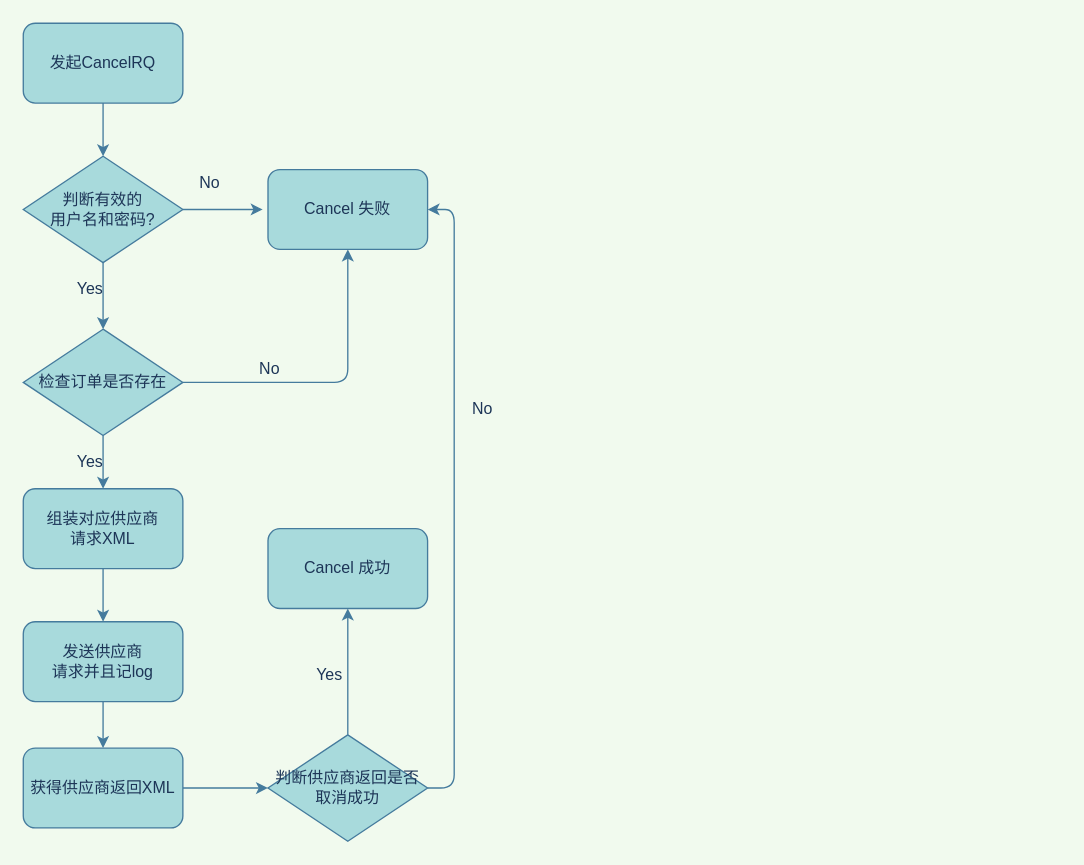
tencal/21baobao keeps this draw.io diagram as CancelRQ.drawio. Above is the earlier version. Source tidied: cells renumbered, new cells numbered last; positions are measured from the earlier drawing's top-left corner, leaving out a move shared by most shapes. Both pictures are drawn from the tidied source at 133%, with x=0, y=0 at pixel (23, 23).
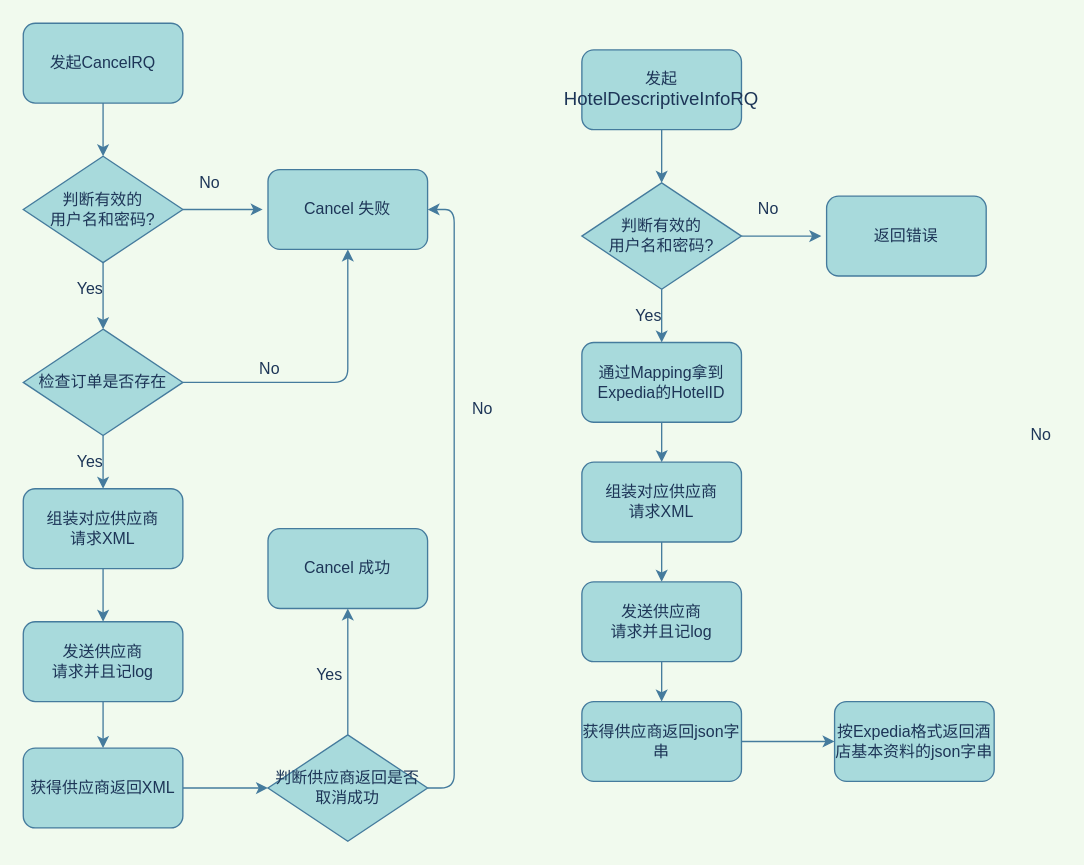
Above is the later version.

What changed in the source:
```diff
@@
+    <mxCell id="27" style="edgeStyle=orthogonalEdgeStyle;curved=0;rounded=1;sketch=0;jettySize=auto;html=1;exitX=0.5;exitY=1;exitDx=0;exitDy=0;entryX=0.5;entryY=0;entryDx=0;entryDy=0;strokeColor=#457B9D;fillColor=#A8DADC;fontColor=#1D3557;" parent="1" edge="1" source="28" target="31">
+      <mxGeometry relative="1" as="geometry" />
+    </mxCell>
+    <mxCell id="28" value="发起&lt;span style=&quot;font-size: 10.5pt&quot;&gt;HotelDescriptiveInfoRQ&lt;/span&gt;" style="rounded=1;whiteSpace=wrap;html=1;sketch=0;strokeColor=#457B9D;fillColor=#A8DADC;fontColor=#1D3557;" parent="1" vertex="1">
+      <mxGeometry x="420" y="20" width="120" height="60" as="geometry" />
+    </mxCell>
+    <mxCell id="29" style="edgeStyle=orthogonalEdgeStyle;curved=0;rounded=1;sketch=0;jettySize=auto;html=1;exitX=0.5;exitY=1;exitDx=0;exitDy=0;entryX=0.5;entryY=0;entryDx=0;entryDy=0;strokeColor=#457B9D;fillColor=#A8DADC;fontColor=#1D3557;" parent="1" edge="1" source="31" target="34">
+      <mxGeometry relative="1" as="geometry" />
+    </mxCell>
+    <mxCell id="30" style="edgeStyle=orthogonalEdgeStyle;curved=0;rounded=1;sketch=0;jettySize=auto;html=1;exitX=1;exitY=0.5;exitDx=0;exitDy=0;strokeColor=#457B9D;fillColor=#A8DADC;fontColor=#1D3557;" parent="1" edge="1" source="31">
+      <mxGeometry relative="1" as="geometry">
+        <mxPoint x="600" y="160" as="targetPoint" />
+      </mxGeometry>
+    </mxCell>
+    <mxCell id="31" value="判断有效的&lt;br&gt;用户名和密码?" style="rhombus;whiteSpace=wrap;html=1;rounded=0;sketch=0;strokeColor=#457B9D;fillColor=#A8DADC;fontColor=#1D3557;" parent="1" vertex="1">
+      <mxGeometry x="420" y="120" width="120" height="80" as="geometry" />
+    </mxCell>
+    <mxCell id="32" value="返回错误" style="rounded=1;whiteSpace=wrap;html=1;sketch=0;strokeColor=#457B9D;fillColor=#A8DADC;fontColor=#1D3557;" parent="1" vertex="1">
+      <mxGeometry x="604" y="130" width="120" height="60" as="geometry" />
+    </mxCell>
+    <mxCell id="33" style="edgeStyle=orthogonalEdgeStyle;curved=0;rounded=1;sketch=0;jettySize=auto;html=1;exitX=0.5;exitY=1;exitDx=0;exitDy=0;entryX=0.5;entryY=0;entryDx=0;entryDy=0;strokeColor=#457B9D;fillColor=#A8DADC;fontColor=#1D3557;" parent="1" edge="1" source="34" target="36">
+      <mxGeometry relative="1" as="geometry" />
+    </mxCell>
+    <mxCell id="34" value="通过Mapping拿到Expedia的HotelID" style="rounded=1;whiteSpace=wrap;html=1;sketch=0;strokeColor=#457B9D;fillColor=#A8DADC;fontColor=#1D3557;" parent="1" vertex="1">
+      <mxGeometry x="420" y="240" width="120" height="60" as="geometry" />
+    </mxCell>
+    <mxCell id="35" style="edgeStyle=orthogonalEdgeStyle;curved=0;rounded=1;sketch=0;jettySize=auto;html=1;exitX=0.5;exitY=1;exitDx=0;exitDy=0;entryX=0.5;entryY=0;entryDx=0;entryDy=0;strokeColor=#457B9D;fillColor=#A8DADC;fontColor=#1D3557;" parent="1" edge="1" source="36" target="44">
+      <mxGeometry relative="1" as="geometry" />
+    </mxCell>
+    <mxCell id="36" value="&lt;div&gt;组装对应供应商&lt;/div&gt;&lt;div&gt;请求XML&lt;/div&gt;" style="rounded=1;whiteSpace=wrap;html=1;sketch=0;strokeColor=#457B9D;fillColor=#A8DADC;fontColor=#1D3557;" parent="1" vertex="1">
+      <mxGeometry x="420" y="330" width="120" height="60" as="geometry" />
+    </mxCell>
+    <mxCell id="37" style="edgeStyle=orthogonalEdgeStyle;curved=0;rounded=1;sketch=0;jettySize=auto;html=1;exitX=1;exitY=0.5;exitDx=0;exitDy=0;strokeColor=#457B9D;fillColor=#A8DADC;fontColor=#1D3557;entryX=0;entryY=0.5;entryDx=0;entryDy=0;" parent="1" edge="1" source="38" target="39">
+      <mxGeometry relative="1" as="geometry" />
+    </mxCell>
+    <mxCell id="38" value="获得供应商返回json字串" style="rounded=1;whiteSpace=wrap;html=1;sketch=0;strokeColor=#457B9D;fillColor=#A8DADC;fontColor=#1D3557;" parent="1" vertex="1">
+      <mxGeometry x="420" y="510" width="120" height="60" as="geometry" />
+    </mxCell>
+    <mxCell id="39" value="按Expedia格式返回酒店基本资料的json字串" style="rounded=1;whiteSpace=wrap;html=1;sketch=0;strokeColor=#457B9D;fillColor=#A8DADC;fontColor=#1D3557;" parent="1" vertex="1">
+      <mxGeometry x="610" y="510" width="120" height="60" as="geometry" />
+    </mxCell>
+    <mxCell id="40" value="Yes" style="text;html=1;align=center;verticalAlign=middle;fontColor=#1D3557;" parent="1" vertex="1">
+      <mxGeometry x="450" y="210" width="40" height="20" as="geometry" />
+    </mxCell>
+    <mxCell id="41" value="No" style="text;html=1;align=center;verticalAlign=middle;fontColor=#1D3557;" parent="1" vertex="1">
+      <mxGeometry x="545" y="130" width="30" height="20" as="geometry" />
+    </mxCell>
+    <mxCell id="42" value="No" style="text;html=1;align=center;verticalAlign=middle;fontColor=#1D3557;" parent="1" vertex="1">
+      <mxGeometry x="750" y="300" width="30" height="20" as="geometry" />
+    </mxCell>
+    <mxCell id="43" style="edgeStyle=orthogonalEdgeStyle;curved=0;rounded=1;sketch=0;jettySize=auto;html=1;exitX=0.5;exitY=1;exitDx=0;exitDy=0;entryX=0.5;entryY=0;entryDx=0;entryDy=0;strokeColor=#457B9D;fillColor=#A8DADC;fontColor=#1D3557;" parent="1" edge="1" source="44" target="38">
+      <mxGeometry relative="1" as="geometry" />
+    </mxCell>
+    <mxCell id="44" value="发送供应商&lt;br&gt;请求并且记log" style="rounded=1;whiteSpace=wrap;html=1;sketch=0;strokeColor=#457B9D;fillColor=#A8DADC;fontColor=#1D3557;" parent="1" vertex="1">
+      <mxGeometry x="420" y="420" width="120" height="60" as="geometry" />
+    </mxCell>
```
